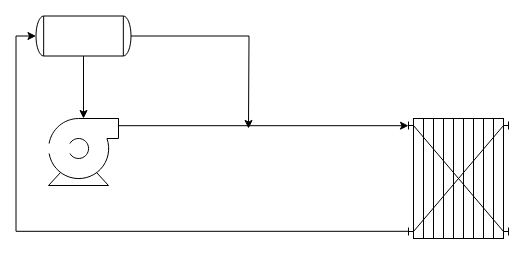
This is PBL_PFD.drawio from chrisakiki/UO-LAB, a draw.io file, before an edit. Source tidied: cells renumbered, new cells numbered last; positions are measured from the earlier drawing's top-left corner, leaving out a move shared by most shapes. Both pictures are drawn from the tidied source at 100%, with x=0, y=0 at pixel (48, -12).
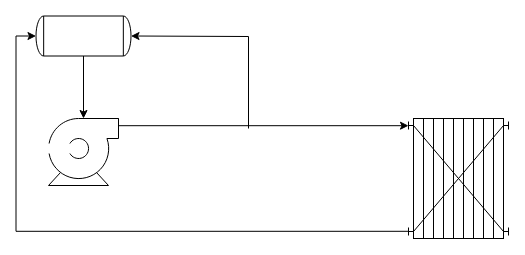
The same diagram, later.

The edit, as a diff of the source:
```diff
@@
 <mxGraphModel>
   <root>
     <mxCell id="0" />
     <mxCell id="1" parent="0" />
     <mxCell id="2" style="shape=mxgraph.pid.pumps.centrifugal_pump_1;html=1;align=center;verticalLabelPosition=bottom;verticalAlign=top;dashed=0;" parent="1" vertex="1">
       <mxGeometry y="130" width="70" height="67" as="geometry" />
     </mxCell>
     <mxCell id="3" style="shape=mxgraph.pid.heat_exchangers.plate_and_frame_heat_exchanger;html=1;align=center;verticalLabelPosition=bottom;verticalAlign=top;dashed=0;" parent="1" vertex="1">
       <mxGeometry x="360" y="130" width="100" height="120" as="geometry" />
     </mxCell>
     <mxCell id="4" style="edgeStyle=orthogonalEdgeStyle;rounded=0;jettySize=auto;html=1;exitX=1;exitY=0.5;exitDx=0;exitDy=0;exitPerimeter=0;" parent="1" edge="1" source="6" target="2">
       <mxGeometry relative="1" as="geometry" />
     </mxCell>
-    <mxCell id="5" style="edgeStyle=orthogonalEdgeStyle;rounded=0;jettySize=auto;html=1;exitX=0.5;exitY=0;exitDx=0;exitDy=0;exitPerimeter=0;" parent="1" edge="1" source="6">
-      <mxGeometry relative="1" as="geometry">
-        <mxPoint x="200" y="140" as="targetPoint" />
-      </mxGeometry>
-    </mxCell>
     <mxCell id="6" style="shape=mxgraph.pid.vessels.tank;html=1;align=center;verticalLabelPosition=bottom;verticalAlign=top;dashed=0;rotation=90;" parent="1" vertex="1">
       <mxGeometry x="15" width="40" height="95" as="geometry" />
     </mxCell>
     <mxCell id="7" style="edgeStyle=orthogonalEdgeStyle;rounded=0;jettySize=auto;html=1;exitX=1;exitY=0;exitDx=0;exitDy=0;exitPerimeter=0;entryX=0;entryY=0.06;entryDx=0;entryDy=0;entryPerimeter=0;" parent="1" edge="1" source="2" target="3">
       <mxGeometry relative="1" as="geometry">
         <Array as="points">
           <mxPoint x="70" y="137" />
         </Array>
       </mxGeometry>
     </mxCell>
     <mxCell id="8" style="edgeStyle=orthogonalEdgeStyle;rounded=0;jettySize=auto;html=1;exitX=0;exitY=0.94;exitDx=0;exitDy=0;exitPerimeter=0;entryX=0.5;entryY=1;entryDx=0;entryDy=0;entryPerimeter=0;" parent="1" edge="1" source="3" target="6">
       <mxGeometry relative="1" as="geometry" />
     </mxCell>
+    <mxCell id="9" style="endArrow=classic;html=1;rounded=0;entryX=0.5;entryY=0;entryDx=0;entryDy=0;entryPerimeter=0;" parent="1" edge="1" target="6">
+      <mxGeometry relative="1" as="geometry">
+        <mxPoint x="200" y="140" as="sourcePoint" />
+        <Array as="points">
+          <mxPoint x="200" y="48" />
+        </Array>
+      </mxGeometry>
+    </mxCell>
   </root>
 </mxGraphModel>
```
